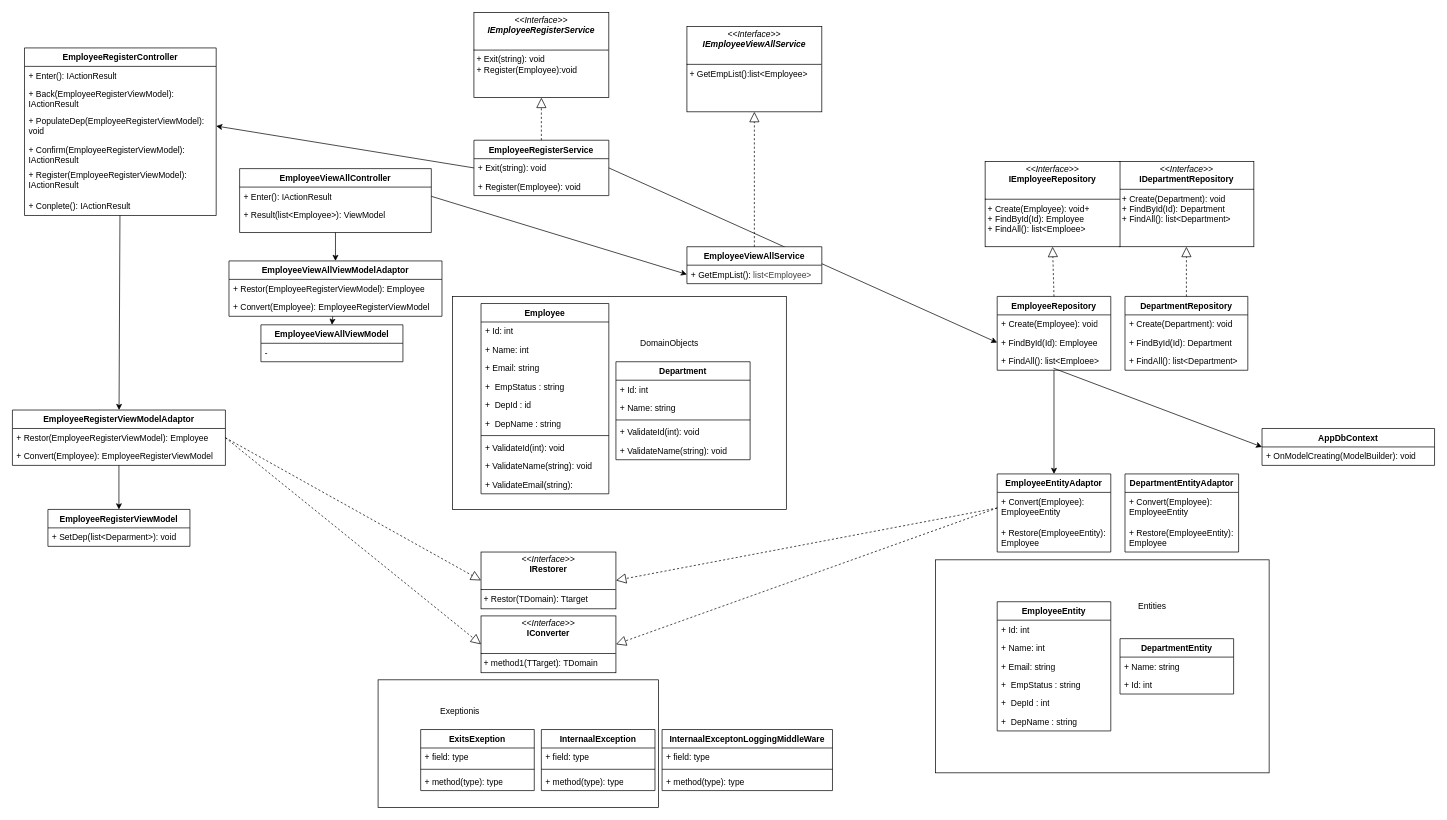
This is page "Employee" (1 of 2) of docs/02_design/Class_figure.dio from Keiichiro-Murayama/csharp_training_202605, a draw.io file, before an edit. Source tidied: cells renumbered, new cells numbered last; positions are measured from the earlier drawing's top-left corner, leaving out a move shared by most shapes. Both pictures are drawn from the tidied source at 71%, with x=0, y=0 at pixel (12, 12).
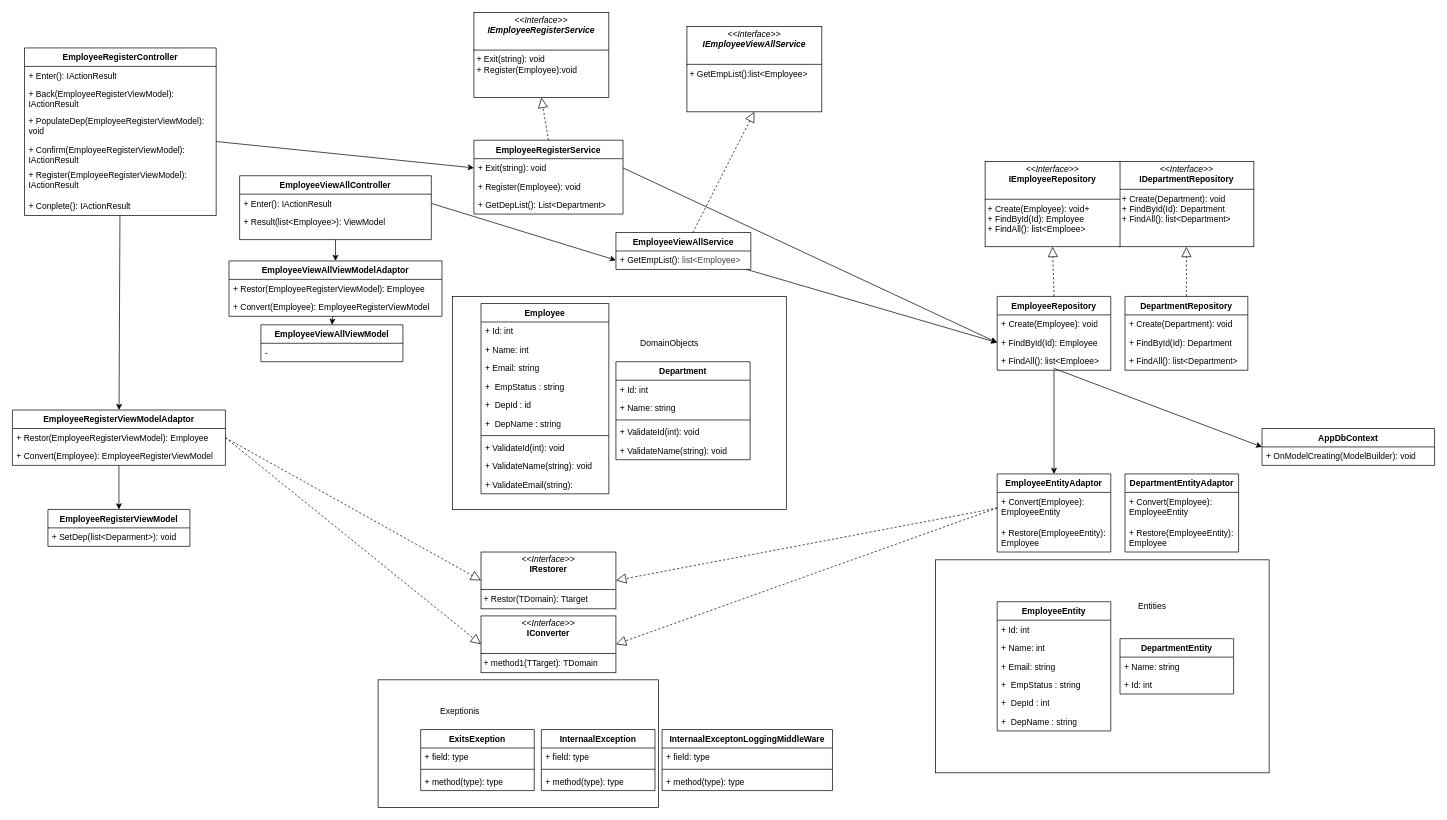
The same page after the edit.

Unchanged cells that the change refers to:
```xml
<mxCell id="46" value="+ FindById(Id): Employee" style="text;strokeColor=none;fillColor=none;align=left;verticalAlign=top;spacingLeft=4;spacingRight=4;overflow=hidden;points=[[0,0.5],[1,0.5]];portConstraint=eastwest;whiteSpace=wrap;html=1;" parent="44" vertex="1">
  <mxGeometry y="52" width="160" height="26" as="geometry" />
</mxCell>
<mxCell id="61" value="EmployeeRegisterController" style="swimlane;fontStyle=1;align=center;verticalAlign=top;horizontal=1;startSize=26;whiteSpace=wrap;html=1;" parent="1" vertex="1">
  <mxGeometry x="17" y="50" width="270" height="236" as="geometry" />
</mxCell>
<mxCell id="64" value="+ PopulateDep(&lt;span style=&quot;color: rgb(0, 0, 0);&quot;&gt;EmployeeRegisterViewModel&lt;/span&gt;): void" style="text;strokeColor=none;fillColor=none;align=left;verticalAlign=top;spacingLeft=4;spacingRight=4;overflow=hidden;points=[[0,0.5],[1,0.5]];portConstraint=eastwest;whiteSpace=wrap;html=1;" parent="61" vertex="1">
  <mxGeometry y="90" width="270" height="40" as="geometry" />
</mxCell>
```

Diff of the diagram source:
```diff
@@
     <mxCell id="40" value="EmployeeRegisterService" style="swimlane;fontStyle=1;align=center;verticalAlign=top;horizontal=1;startSize=26;whiteSpace=wrap;html=1;" parent="1" vertex="1">
-      <mxGeometry x="650" y="180" width="190" height="78" as="geometry" />
+      <mxGeometry x="650" y="180" width="210" height="104" as="geometry" />
     </mxCell>
     <mxCell id="41" value="+ Exit(string): void" style="text;strokeColor=none;fillColor=none;align=left;verticalAlign=top;spacingLeft=4;spacingRight=4;overflow=hidden;points=[[0,0.5],[1,0.5]];portConstraint=eastwest;whiteSpace=wrap;html=1;" parent="40" vertex="1">
-      <mxGeometry y="26" width="190" height="26" as="geometry" />
+      <mxGeometry y="26" width="210" height="26" as="geometry" />
     </mxCell>
+    <mxCell id="111" value="+ Register(Employee): void" style="text;strokeColor=none;fillColor=none;align=left;verticalAlign=top;spacingLeft=4;spacingRight=4;overflow=hidden;whiteSpace=wrap;html=1;" parent="40" vertex="1">
+      <mxGeometry y="52" width="210" height="26" as="geometry" />
+    </mxCell>
-    <mxCell id="42" value="+ Register(Employee): void" style="text;strokeColor=none;fillColor=none;align=left;verticalAlign=top;spacingLeft=4;spacingRight=4;overflow=hidden;whiteSpace=wrap;html=1;" parent="40" vertex="1">
-      <mxGeometry y="52" width="190" height="26" as="geometry" />
+    <mxCell id="42" value="+ GetDepList(): List&amp;lt;Department&amp;gt;" style="text;strokeColor=none;fillColor=none;align=left;verticalAlign=top;spacingLeft=4;spacingRight=4;overflow=hidden;whiteSpace=wrap;html=1;" parent="40" vertex="1">
+      <mxGeometry y="78" width="210" height="26" as="geometry" />
     </mxCell>
@@
-    <mxCell id="70" style="edgeStyle=none;html=1;entryX=1;entryY=0.5;entryDx=0;entryDy=0;exitX=0;exitY=0.5;exitDx=0;exitDy=0;" parent="1" edge="1" source="41" target="64">
+    <mxCell id="70" style="edgeStyle=none;html=1;entryX=0;entryY=0.5;entryDx=0;entryDy=0;" parent="1" edge="1" source="61" target="41">
       <mxGeometry relative="1" as="geometry" />
     </mxCell>
@@
     <mxCell id="95" value="EmployeeViewAllController" style="swimlane;fontStyle=1;align=center;verticalAlign=top;horizontal=1;startSize=26;whiteSpace=wrap;html=1;" parent="1" vertex="1">
-      <mxGeometry x="320" y="220" width="270" height="90" as="geometry" />
+      <mxGeometry x="320" y="230" width="270" height="90" as="geometry" />
     </mxCell>
@@
+    <mxCell id="112" style="edgeStyle=none;html=1;entryX=0;entryY=0.5;entryDx=0;entryDy=0;" parent="1" edge="1" source="98" target="46">
+      <mxGeometry relative="1" as="geometry" />
+    </mxCell>
     <mxCell id="98" value="EmployeeViewAllService" style="swimlane;fontStyle=1;align=center;verticalAlign=top;horizontal=1;startSize=26;whiteSpace=wrap;html=1;" parent="1" vertex="1">
-      <mxGeometry x="950" y="330" width="190" height="52" as="geometry" />
+      <mxGeometry x="850" y="310" width="190" height="52" as="geometry" />
     </mxCell>
```
